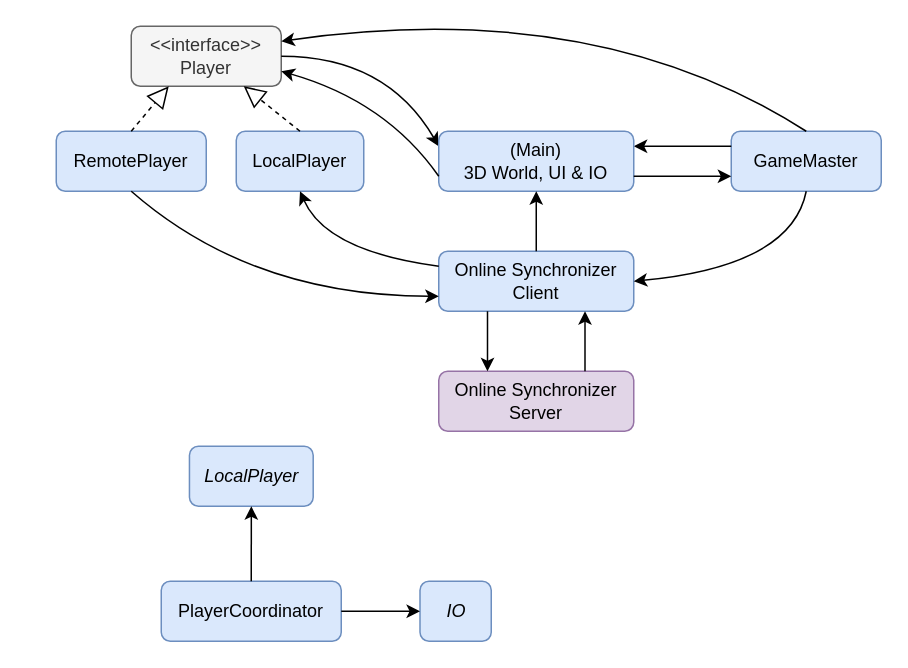
Earlier version of the draw.io diagram docs/process_architecture.drawio (joonashalinen/bloxu). Source tidied: cells renumbered, new cells numbered last; positions are measured from the earlier drawing's top-left corner, leaving out a move shared by most shapes. Both pictures are drawn from the tidied source at 150%, with x=0, y=0 at pixel (56, -4).
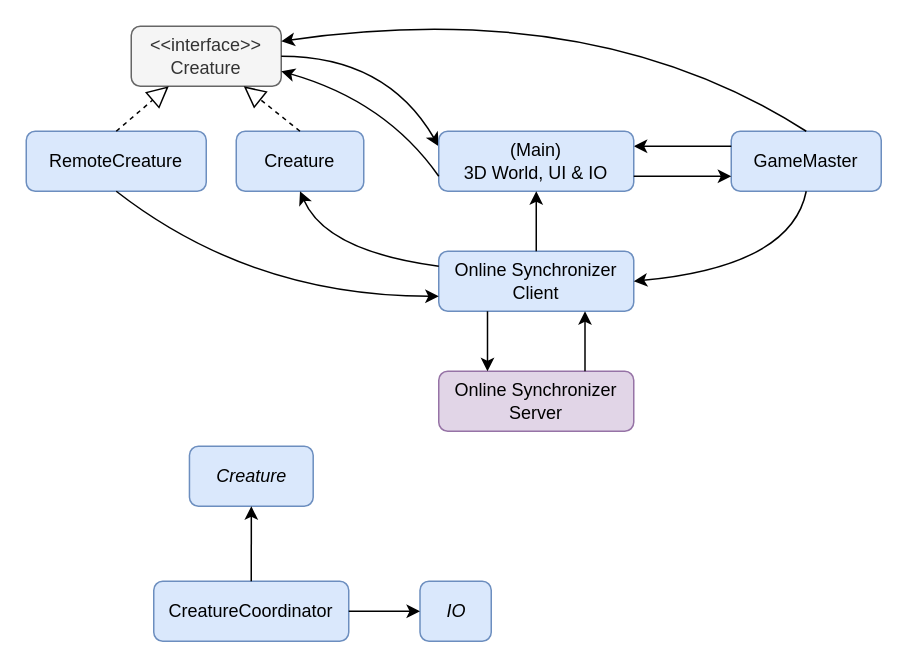
The same page after the edit.

What changed in the source:
```diff
@@
-    <mxCell id="2" value="&amp;lt;&amp;lt;interface&amp;gt;&amp;gt;&lt;br&gt;Player" style="rounded=1;whiteSpace=wrap;html=1;fillColor=#f5f5f5;strokeColor=#666666;fontColor=#333333;" parent="1" vertex="1">
+    <mxCell id="2" value="&amp;lt;&amp;lt;interface&amp;gt;&amp;gt;&lt;br&gt;Creature" style="rounded=1;whiteSpace=wrap;html=1;fillColor=#f5f5f5;strokeColor=#666666;fontColor=#333333;" parent="1" vertex="1">
       <mxGeometry x="50" y="20" width="100" height="40" as="geometry" />
     </mxCell>
@@
-    <mxCell id="9" value="LocalPlayer" style="rounded=1;whiteSpace=wrap;html=1;fillColor=#dae8fc;strokeColor=#6c8ebf;" parent="1" vertex="1">
+    <mxCell id="9" value="Creature" style="rounded=1;whiteSpace=wrap;html=1;fillColor=#dae8fc;strokeColor=#6c8ebf;" parent="1" vertex="1">
       <mxGeometry x="120" y="90" width="85" height="40" as="geometry" />
     </mxCell>
@@
-    <mxCell id="11" value="RemotePlayer" style="rounded=1;whiteSpace=wrap;html=1;fillColor=#dae8fc;strokeColor=#6c8ebf;" parent="1" vertex="1">
-      <mxGeometry y="90" width="100" height="40" as="geometry" />
+    <mxCell id="11" value="RemoteCreature" style="rounded=1;whiteSpace=wrap;html=1;fillColor=#dae8fc;strokeColor=#6c8ebf;" parent="1" vertex="1">
+      <mxGeometry x="-20" y="90" width="120" height="40" as="geometry" />
     </mxCell>
@@
-    <mxCell id="22" value="PlayerCoordinator" style="rounded=1;whiteSpace=wrap;html=1;fillColor=#dae8fc;strokeColor=#6c8ebf;" parent="1" vertex="1">
-      <mxGeometry x="70" y="390" width="120" height="40" as="geometry" />
+    <mxCell id="22" value="CreatureCoordinator" style="rounded=1;whiteSpace=wrap;html=1;fillColor=#dae8fc;strokeColor=#6c8ebf;" parent="1" vertex="1">
+      <mxGeometry x="65" y="390" width="130" height="40" as="geometry" />
     </mxCell>
@@
-    <mxCell id="24" value="&lt;i&gt;LocalPlayer&lt;/i&gt;" style="rounded=1;whiteSpace=wrap;html=1;fillColor=#dae8fc;strokeColor=#6c8ebf;" parent="1" vertex="1">
+    <mxCell id="24" value="&lt;i&gt;Creature&lt;/i&gt;" style="rounded=1;whiteSpace=wrap;html=1;fillColor=#dae8fc;strokeColor=#6c8ebf;" parent="1" vertex="1">
       <mxGeometry x="88.8" y="300" width="82.5" height="40" as="geometry" />
     </mxCell>
```
